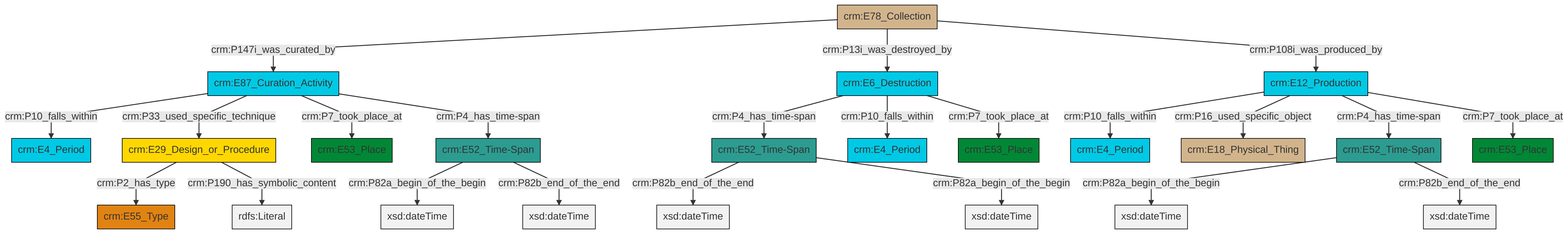
Before: et/archivalCSV/ttl/mmd/png/archival_existence.png, a diagram exported from Mermaid (swiss-art-research-net/docs.swissartresearch). Its source is kept beside it as et/archivalCSV/ttl/mmd/archival_existence.ttl.mmd.
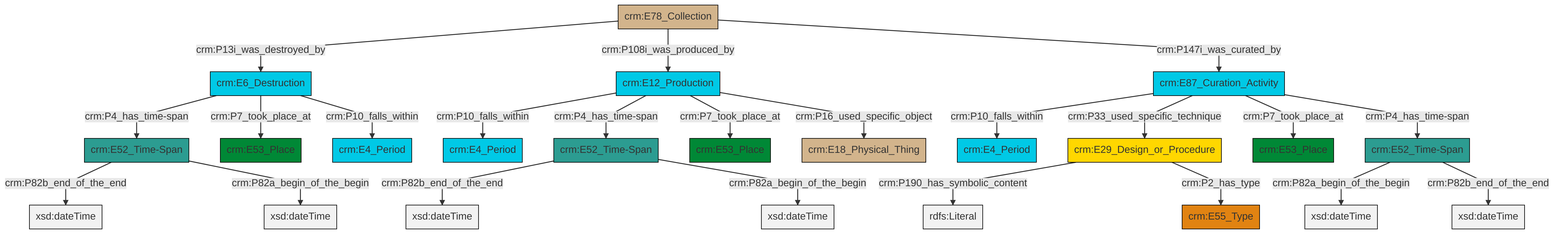
The same diagram one commit later.

What changed in the source:
```diff
@@ -13,25 +13,25 @@
 classDef PC_Classes fill:#4ce600, stroke:#000000;
 classDef Multi fill:#cccccc,stroke:#000000;
 
-0["crm:E52_Time-Span"]:::Time-Span -->|crm:P82b_end_of_the_end| 1[xsd:dateTime]:::Literal
-2["crm:E78_Collection"]:::Physical_Thing -->|crm:P147i_was_curated_by| 3["crm:E87_Curation_Activity"]:::Temporal_Entity
-4["crm:E12_Production"]:::Temporal_Entity -->|crm:P10_falls_within| 5["crm:E4_Period"]:::Temporal_Entity
-3["crm:E87_Curation_Activity"]:::Temporal_Entity -->|crm:P10_falls_within| 8["crm:E4_Period"]:::Temporal_Entity
-9["crm:E52_Time-Span"]:::Time-Span -->|crm:P82a_begin_of_the_begin| 10[xsd:dateTime]:::Literal
-13["crm:E29_Design_or_Procedure"]:::Conceptual_Object -->|crm:P2_has_type| 17["crm:E55_Type"]:::Type
-20["crm:E6_Destruction"]:::Temporal_Entity -->|crm:P4_has_time-span| 0["crm:E52_Time-Span"]:::Time-Span
-13["crm:E29_Design_or_Procedure"]:::Conceptual_Object -->|crm:P190_has_symbolic_content| 27[rdfs:Literal]:::Literal
-4["crm:E12_Production"]:::Temporal_Entity -->|crm:P16_used_specific_object| 18["crm:E18_Physical_Thing"]:::Physical_Thing
-3["crm:E87_Curation_Activity"]:::Temporal_Entity -->|crm:P33_used_specific_technique| 13["crm:E29_Design_or_Procedure"]:::Conceptual_Object
-3["crm:E87_Curation_Activity"]:::Temporal_Entity -->|crm:P7_took_place_at| 15["crm:E53_Place"]:::Place
-2["crm:E78_Collection"]:::Physical_Thing -->|crm:P13i_was_destroyed_by| 20["crm:E6_Destruction"]:::Temporal_Entity
-20["crm:E6_Destruction"]:::Temporal_Entity -->|crm:P10_falls_within| 28["crm:E4_Period"]:::Temporal_Entity
-0["crm:E52_Time-Span"]:::Time-Span -->|crm:P82a_begin_of_the_begin| 29[xsd:dateTime]:::Literal
-4["crm:E12_Production"]:::Temporal_Entity -->|crm:P4_has_time-span| 6["crm:E52_Time-Span"]:::Time-Span
-9["crm:E52_Time-Span"]:::Time-Span -->|crm:P82b_end_of_the_end| 34[xsd:dateTime]:::Literal
-6["crm:E52_Time-Span"]:::Time-Span -->|crm:P82a_begin_of_the_begin| 35[xsd:dateTime]:::Literal
-4["crm:E12_Production"]:::Temporal_Entity -->|crm:P7_took_place_at| 32["crm:E53_Place"]:::Place
-6["crm:E52_Time-Span"]:::Time-Span -->|crm:P82b_end_of_the_end| 37[xsd:dateTime]:::Literal
-20["crm:E6_Destruction"]:::Temporal_Entity -->|crm:P7_took_place_at| 23["crm:E53_Place"]:::Place
-3["crm:E87_Curation_Activity"]:::Temporal_Entity -->|crm:P4_has_time-span| 9["crm:E52_Time-Span"]:::Time-Span
-2["crm:E78_Collection"]:::Physical_Thing -->|crm:P108i_was_produced_by| 4["crm:E12_Production"]:::Temporal_Entity
+2["crm:E12_Production"]:::Temporal_Entity -->|crm:P10_falls_within| 3["crm:E4_Period"]:::Temporal_Entity
+2["crm:E12_Production"]:::Temporal_Entity -->|crm:P4_has_time-span| 4["crm:E52_Time-Span"]:::Time-Span
+4["crm:E52_Time-Span"]:::Time-Span -->|crm:P82b_end_of_the_end| 5[xsd:dateTime]:::Literal
+6["crm:E29_Design_or_Procedure"]:::Conceptual_Object -->|crm:P190_has_symbolic_content| 7[rdfs:Literal]:::Literal
+12["crm:E87_Curation_Activity"]:::Temporal_Entity -->|crm:P10_falls_within| 8["crm:E4_Period"]:::Temporal_Entity
+12["crm:E87_Curation_Activity"]:::Temporal_Entity -->|crm:P33_used_specific_technique| 6["crm:E29_Design_or_Procedure"]:::Conceptual_Object
+18["crm:E52_Time-Span"]:::Time-Span -->|crm:P82a_begin_of_the_begin| 19[xsd:dateTime]:::Literal
+14["crm:E6_Destruction"]:::Temporal_Entity -->|crm:P4_has_time-span| 0["crm:E52_Time-Span"]:::Time-Span
+18["crm:E52_Time-Span"]:::Time-Span -->|crm:P82b_end_of_the_end| 24[xsd:dateTime]:::Literal
+0["crm:E52_Time-Span"]:::Time-Span -->|crm:P82b_end_of_the_end| 25[xsd:dateTime]:::Literal
+26["crm:E78_Collection"]:::Physical_Thing -->|crm:P13i_was_destroyed_by| 14["crm:E6_Destruction"]:::Temporal_Entity
+12["crm:E87_Curation_Activity"]:::Temporal_Entity -->|crm:P7_took_place_at| 28["crm:E53_Place"]:::Place
+2["crm:E12_Production"]:::Temporal_Entity -->|crm:P7_took_place_at| 16["crm:E53_Place"]:::Place
+2["crm:E12_Production"]:::Temporal_Entity -->|crm:P16_used_specific_object| 10["crm:E18_Physical_Thing"]:::Physical_Thing
+6["crm:E29_Design_or_Procedure"]:::Conceptual_Object -->|crm:P2_has_type| 22["crm:E55_Type"]:::Type
+26["crm:E78_Collection"]:::Physical_Thing -->|crm:P108i_was_produced_by| 2["crm:E12_Production"]:::Temporal_Entity
+0["crm:E52_Time-Span"]:::Time-Span -->|crm:P82a_begin_of_the_begin| 33[xsd:dateTime]:::Literal
+14["crm:E6_Destruction"]:::Temporal_Entity -->|crm:P7_took_place_at| 20["crm:E53_Place"]:::Place
+26["crm:E78_Collection"]:::Physical_Thing -->|crm:P147i_was_curated_by| 12["crm:E87_Curation_Activity"]:::Temporal_Entity
+14["crm:E6_Destruction"]:::Temporal_Entity -->|crm:P10_falls_within| 34["crm:E4_Period"]:::Temporal_Entity
+12["crm:E87_Curation_Activity"]:::Temporal_Entity -->|crm:P4_has_time-span| 18["crm:E52_Time-Span"]:::Time-Span
+4["crm:E52_Time-Span"]:::Time-Span -->|crm:P82a_begin_of_the_begin| 38[xsd:dateTime]:::Literal
```
